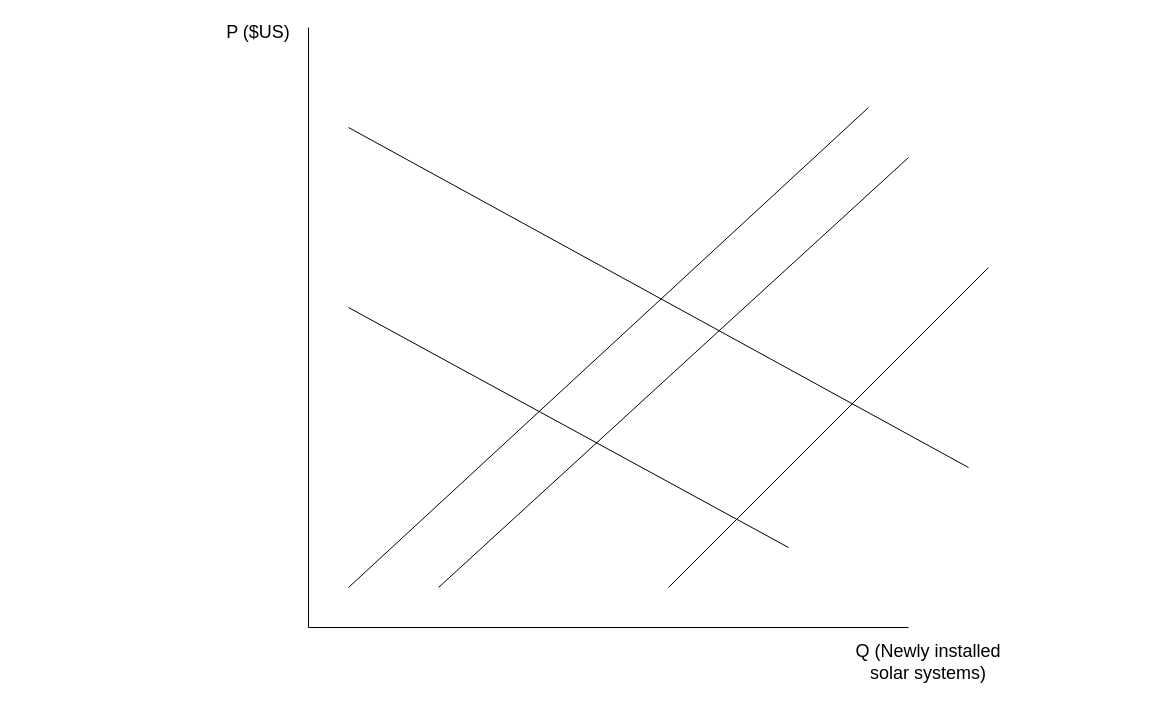
Before: Diagramma bez .drawio in MareksNo/Chat-Application, a draw.io diagram. Source tidied: cells renumbered, new cells numbered last; positions are measured from the earlier drawing's top-left corner, leaving out a move shared by most shapes. Both pictures are drawn from the tidied source at 100%, with x=0, y=0 at pixel (218, 17).
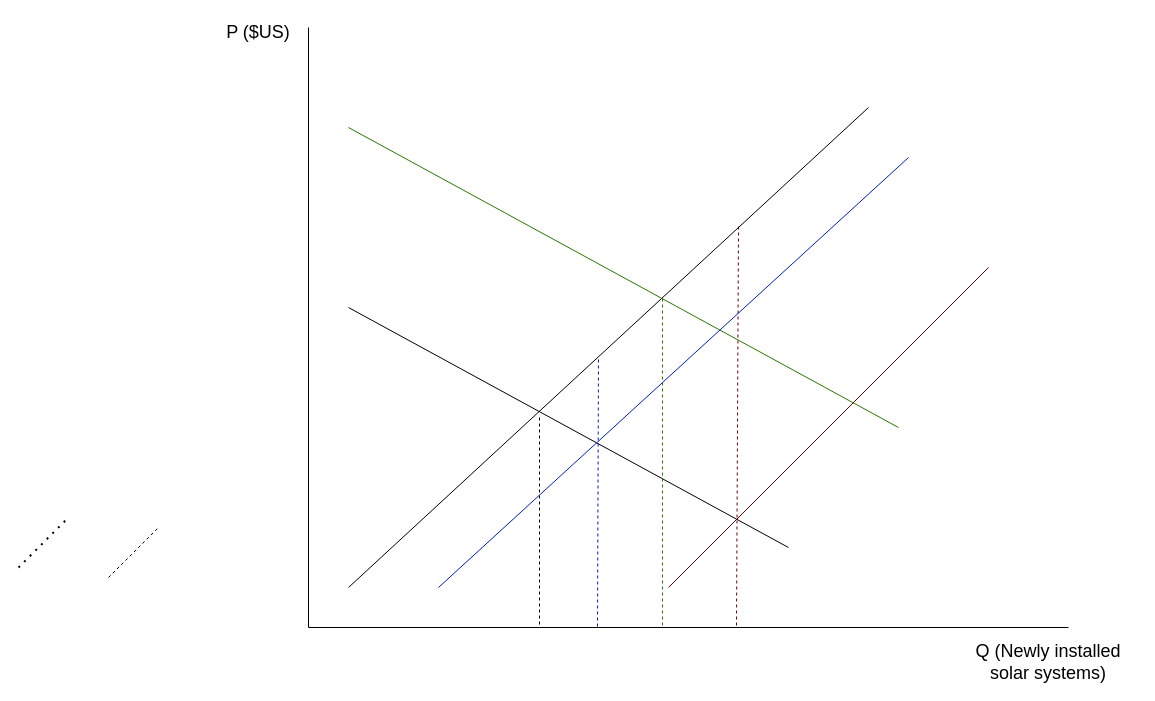
The same diagram, later.

Diff of the diagram source:
```diff
@@
+    <mxCell id="11" style="endArrow=none;dashed=1;html=1;rounded=0; fillColor=#60a917;strokeColor=#6F0000;fillColor=#a20025;" parent="1" edge="1">
+      <mxGeometry relative="1" as="geometry">
+        <mxPoint x="518" y="608" as="sourcePoint" />
+        <mxPoint x="520" y="209" as="targetPoint" />
+      </mxGeometry>
+    </mxCell>
@@
     <mxCell id="3" style="endArrow=none;html=1;rounded=0;" parent="1" edge="1">
       <mxGeometry relative="1" as="geometry">
         <mxPoint x="90" y="610" as="sourcePoint" />
-        <mxPoint x="690" y="610" as="targetPoint" />
+        <mxPoint x="850" y="610" as="targetPoint" />
       </mxGeometry>
     </mxCell>
@@
     <mxCell id="5" value="&lt;font style=&quot;font-size: 18px;&quot;&gt;Q (Newly installed solar systems)&lt;br&gt;&lt;/font&gt;" style="text;html=1;strokeColor=none;fillColor=none;align=center;verticalAlign=middle;whiteSpace=wrap;rounded=0;" parent="1" vertex="1">
-      <mxGeometry x="620" y="630" width="180" height="30" as="geometry" />
+      <mxGeometry x="740" y="630" width="180" height="30" as="geometry" />
     </mxCell>
@@
-    <mxCell id="8" style="endArrow=none;html=1;rounded=0;" parent="1" edge="1">
+    <mxCell id="8" style="endArrow=none;html=1;rounded=0;fillColor=#60a917;strokeColor=#2D7600;" parent="1" edge="1">
       <mxGeometry relative="1" as="geometry">
         <mxPoint x="130" y="110" as="sourcePoint" />
-        <mxPoint x="750" y="450" as="targetPoint" />
+        <mxPoint x="680" y="410" as="targetPoint" />
       </mxGeometry>
     </mxCell>
-    <mxCell id="9" style="endArrow=none;html=1;rounded=0;" parent="1" edge="1">
+    <mxCell id="9" style="endArrow=none;html=1;rounded=0;fillColor=#a20025;strokeColor=#6F0000;" parent="1" edge="1">
       <mxGeometry relative="1" as="geometry">
         <mxPoint x="450" y="570" as="sourcePoint" />
         <mxPoint x="770" y="250" as="targetPoint" />
       </mxGeometry>
     </mxCell>
-    <mxCell id="10" style="endArrow=none;html=1;rounded=0;" parent="1" edge="1">
+    <mxCell id="10" style="endArrow=none;html=1;rounded=0;fillColor=#0050ef;strokeColor=#001DBC;" parent="1" edge="1">
       <mxGeometry relative="1" as="geometry">
         <mxPoint x="220" y="570" as="sourcePoint" />
         <mxPoint x="690" y="140" as="targetPoint" />
       </mxGeometry>
     </mxCell>
+    <mxCell id="12" style="endArrow=none;dashed=1;html=1;rounded=0;" parent="1" edge="1">
+      <mxGeometry relative="1" as="geometry">
+        <mxPoint x="321" y="400" as="sourcePoint" />
+        <mxPoint x="321" y="610" as="targetPoint" />
+      </mxGeometry>
+    </mxCell>
+    <mxCell id="13" style="endArrow=none;dashed=1;html=1;rounded=0; fillColor=#60a917;strokeColor=#2D7600;" parent="1" edge="1">
+      <mxGeometry relative="1" as="geometry">
+        <mxPoint x="444" y="608" as="sourcePoint" />
+        <mxPoint x="444" y="280" as="targetPoint" />
+      </mxGeometry>
+    </mxCell>
+    <mxCell id="14" style="endArrow=none;dashed=1;html=1;rounded=0; fillColor=#0050ef;strokeColor=#001DBC;" parent="1" edge="1">
+      <mxGeometry relative="1" as="geometry">
+        <mxPoint x="379" y="609" as="sourcePoint" />
+        <mxPoint x="380" y="340" as="targetPoint" />
+      </mxGeometry>
+    </mxCell>
+    <mxCell id="15" style="endArrow=none;dashed=1;html=1;dashPattern=1 3;strokeWidth=2;rounded=0;" parent="1" edge="1">
+      <mxGeometry relative="1" as="geometry">
+        <mxPoint x="-200" y="550" as="sourcePoint" />
+        <mxPoint x="-150" y="500" as="targetPoint" />
+      </mxGeometry>
+    </mxCell>
+    <mxCell id="16" style="endArrow=none;dashed=1;html=1;rounded=0;" parent="1" edge="1">
+      <mxGeometry relative="1" as="geometry">
+        <mxPoint x="-110" y="560" as="sourcePoint" />
+        <mxPoint x="-60" y="510" as="targetPoint" />
+      </mxGeometry>
+    </mxCell>
```
